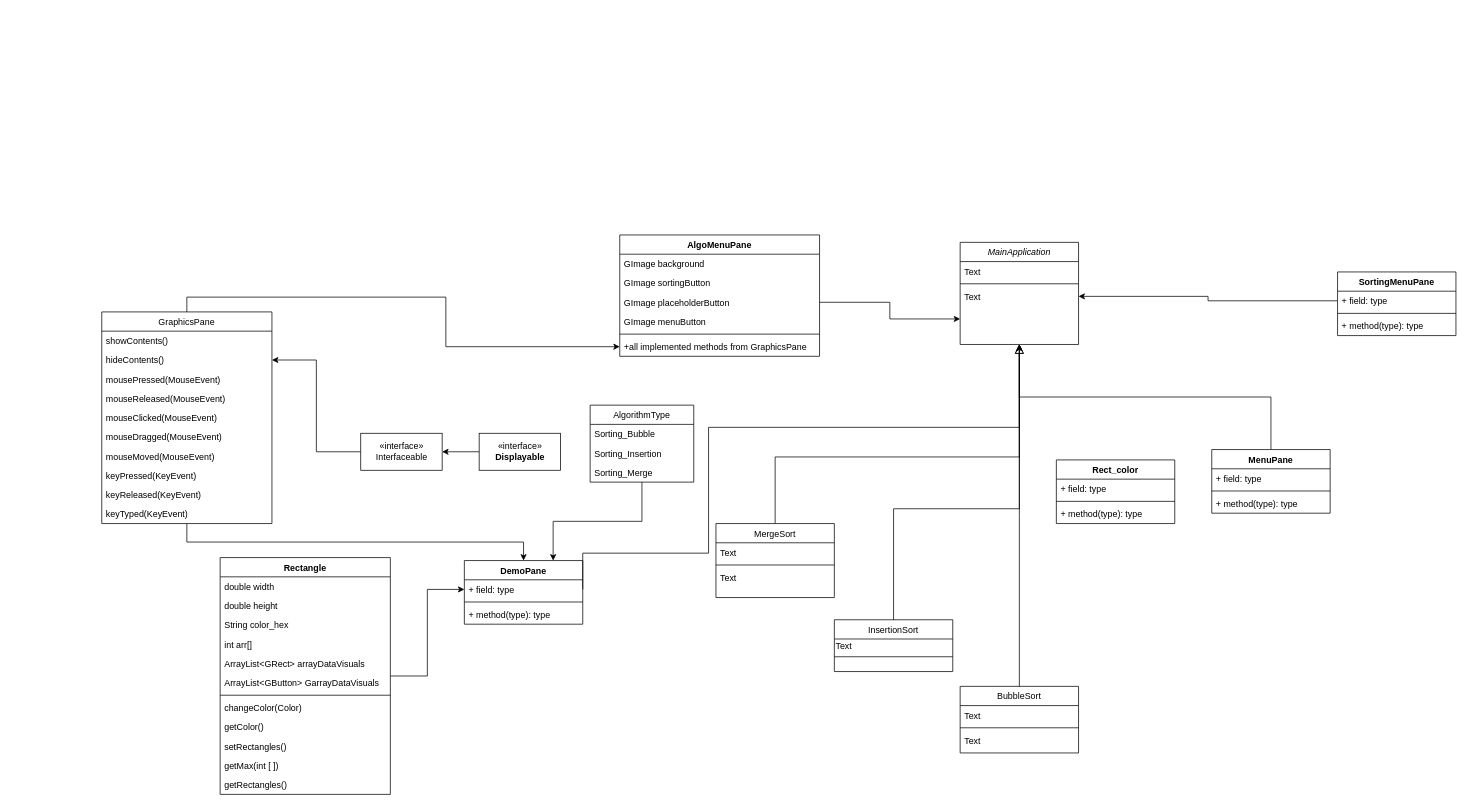
Above: Final Project - Class Diagram.drawio in Prot0ast/Repository-Name (draw.io), before the change. Source tidied: cells renumbered, new cells numbered last; positions are measured from the earlier drawing's top-left corner, leaving out a move shared by most shapes. Both pictures are drawn from the tidied source at 74%, with x=0, y=0 at pixel (101, 235).
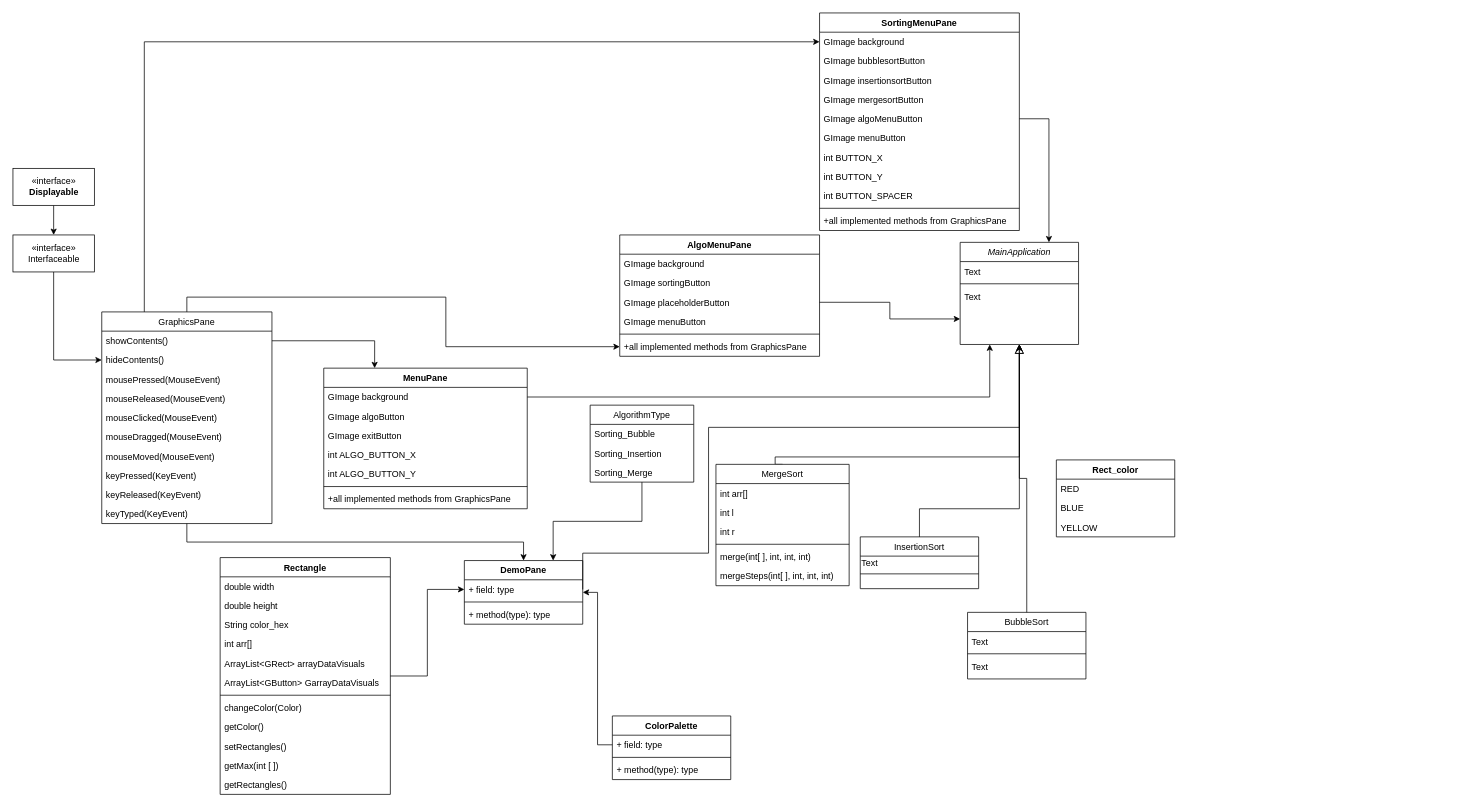
Above is the later version.

Unchanged cells that the change refers to:
```xml
<mxCell id="2" value="MainApplication" style="swimlane;fontStyle=2;align=center;verticalAlign=top;horizontal=1;startSize=26;rounded=0;shadow=0;strokeWidth=1;" parent="1" vertex="1">
  <mxGeometry x="1160" y="10" width="160" height="138" as="geometry" />
</mxCell>
<mxCell id="5" value="Text" style="text;align=left;verticalAlign=top;spacingLeft=4;spacingRight=4;overflow=hidden;points=[[0,0.5],[1,0.5]];portConstraint=eastwest;" parent="2" vertex="1">
  <mxGeometry y="60" width="160" height="26" as="geometry" />
</mxCell>
<mxCell id="59" value="DemoPane" style="swimlane;fontStyle=1;align=center;verticalAlign=top;horizontal=1;startSize=26;" parent="1" vertex="1">
  <mxGeometry x="490" y="440" width="160" height="86" as="geometry" />
</mxCell>
<mxCell id="70" value="GraphicsPane" style="swimlane;fontStyle=0;horizontal=1;startSize=26;fillColor=none;" parent="1" vertex="1">
  <mxGeometry y="104" width="230" height="286" as="geometry" />
</mxCell>
<mxCell id="71" value="showContents()" style="text;strokeColor=none;fillColor=none;align=left;verticalAlign=top;spacingLeft=4;spacingRight=4;overflow=hidden;points=[[0,0.5],[1,0.5]];portConstraint=eastwest;" parent="70" vertex="1">
  <mxGeometry y="26" width="230" height="26" as="geometry" />
</mxCell>
<mxCell id="72" value="hideContents()" style="text;strokeColor=none;fillColor=none;align=left;verticalAlign=top;spacingLeft=4;spacingRight=4;overflow=hidden;points=[[0,0.5],[1,0.5]];portConstraint=eastwest;" parent="70" vertex="1">
  <mxGeometry y="52" width="230" height="26" as="geometry" />
</mxCell>
```

What changed in the source:
```diff
@@
     <mxCell id="6" value="BubbleSort" style="swimlane;fontStyle=0;align=center;verticalAlign=top;horizontal=1;startSize=26;rounded=0;shadow=0;strokeWidth=1;" parent="1" vertex="1">
-      <mxGeometry x="1160" y="610" width="160" height="90" as="geometry" />
+      <mxGeometry x="1170" y="510" width="160" height="90" as="geometry" />
     </mxCell>
@@
     <mxCell id="11" value="InsertionSort" style="swimlane;fontStyle=0;align=center;verticalAlign=top;horizontal=1;startSize=26;rounded=0;shadow=0;strokeWidth=1;" parent="1" vertex="1">
-      <mxGeometry x="990" y="520" width="160" height="70" as="geometry" />
+      <mxGeometry x="1025" y="408" width="160" height="70" as="geometry" />
     </mxCell>
@@
     <mxCell id="16" value="MergeSort" style="swimlane;fontStyle=0;align=center;verticalAlign=top;horizontal=1;startSize=26;rounded=0;shadow=0;strokeWidth=1;" parent="1" vertex="1">
-      <mxGeometry x="830" y="390" width="160" height="100" as="geometry" />
+      <mxGeometry x="830" y="310" width="180" height="164" as="geometry" />
     </mxCell>
-    <mxCell id="17" value="Text" style="text;align=left;verticalAlign=top;spacingLeft=4;spacingRight=4;overflow=hidden;rounded=0;shadow=0;html=0;" parent="16" vertex="1">
-      <mxGeometry y="26" width="160" height="26" as="geometry" />
+    <mxCell id="17" value="int arr[]" style="text;align=left;verticalAlign=top;spacingLeft=4;spacingRight=4;overflow=hidden;rounded=0;shadow=0;html=0;" parent="16" vertex="1">
+      <mxGeometry y="26" width="180" height="26" as="geometry" />
     </mxCell>
+    <mxCell id="83" value="int l" style="text;strokeColor=none;fillColor=none;align=left;verticalAlign=top;spacingLeft=4;spacingRight=4;overflow=hidden;" parent="16" vertex="1">
+      <mxGeometry y="52" width="180" height="26" as="geometry" />
+    </mxCell>
+    <mxCell id="84" value="int r" style="text;strokeColor=none;fillColor=none;align=left;verticalAlign=top;spacingLeft=4;spacingRight=4;overflow=hidden;" parent="16" vertex="1">
+      <mxGeometry y="78" width="180" height="26" as="geometry" />
+    </mxCell>
     <mxCell id="18" style="line;html=1;strokeWidth=1;align=left;verticalAlign=middle;spacingTop=-1;spacingLeft=3;spacingRight=3;labelPosition=right;" parent="16" vertex="1">
-      <mxGeometry y="52" width="160" height="8" as="geometry" />
+      <mxGeometry y="104" width="180" height="8" as="geometry" />
     </mxCell>
-    <mxCell id="19" value="Text" style="text;align=left;verticalAlign=top;spacingLeft=4;spacingRight=4;overflow=hidden;" parent="16" vertex="1">
-      <mxGeometry y="60" width="160" height="26" as="geometry" />
+    <mxCell id="19" value="merge(int[ ], int, int, int)" style="text;align=left;verticalAlign=top;spacingLeft=4;spacingRight=4;overflow=hidden;" parent="16" vertex="1">
+      <mxGeometry y="112" width="180" height="26" as="geometry" />
     </mxCell>
+    <mxCell id="85" value="mergeSteps(int[ ], int, int, int)" style="text;strokeColor=none;fillColor=none;align=left;verticalAlign=top;spacingLeft=4;spacingRight=4;overflow=hidden;" parent="16" vertex="1">
+      <mxGeometry y="138" width="180" height="26" as="geometry" />
+    </mxCell>
@@
     <mxCell id="32" value="Rect_color" style="swimlane;fontStyle=1;align=center;verticalAlign=top;horizontal=1;startSize=26;" parent="1" vertex="1">
-      <mxGeometry x="1290" y="304" width="160" height="86" as="geometry" />
+      <mxGeometry x="1290" y="304" width="160" height="104" as="geometry" />
     </mxCell>
-    <mxCell id="33" value="+ field: type" style="text;strokeColor=none;fillColor=none;align=left;verticalAlign=top;spacingLeft=4;spacingRight=4;overflow=hidden;" parent="32" vertex="1">
+    <mxCell id="33" value="RED" style="text;strokeColor=none;fillColor=none;align=left;verticalAlign=top;spacingLeft=4;spacingRight=4;overflow=hidden;" parent="32" vertex="1">
       <mxGeometry y="26" width="160" height="26" as="geometry" />
     </mxCell>
-    <mxCell id="34" style="line;strokeWidth=1;fillColor=none;align=left;verticalAlign=middle;spacingTop=-1;spacingLeft=3;spacingRight=3;labelPosition=right;" parent="32" vertex="1">
-      <mxGeometry y="52" width="160" height="8" as="geometry" />
-    </mxCell>
-    <mxCell id="35" value="+ method(type): type" style="text;strokeColor=none;fillColor=none;align=left;verticalAlign=top;spacingLeft=4;spacingRight=4;overflow=hidden;" parent="32" vertex="1">
-      <mxGeometry y="60" width="160" height="26" as="geometry" />
-    </mxCell>
+    <mxCell id="86" value="BLUE" style="text;strokeColor=none;fillColor=none;align=left;verticalAlign=top;spacingLeft=4;spacingRight=4;overflow=hidden;" parent="32" vertex="1">
+      <mxGeometry y="52" width="160" height="26" as="geometry" />
+    </mxCell>
+    <mxCell id="87" value="YELLOW" style="text;strokeColor=none;fillColor=none;align=left;verticalAlign=top;spacingLeft=4;spacingRight=4;overflow=hidden;" parent="32" vertex="1">
+      <mxGeometry y="78" width="160" height="26" as="geometry" />
+    </mxCell>
@@
     <mxCell id="50" value="SortingMenuPane" style="swimlane;fontStyle=1;align=center;verticalAlign=top;horizontal=1;startSize=26;" parent="1" vertex="1">
-      <mxGeometry x="1670" y="50" width="160" height="86" as="geometry" />
+      <mxGeometry x="970" y="-300" width="270" height="294" as="geometry" />
     </mxCell>
-    <mxCell id="51" value="+ field: type" style="text;strokeColor=none;fillColor=none;align=left;verticalAlign=top;spacingLeft=4;spacingRight=4;overflow=hidden;points=[[0,0.5],[1,0.5]];portConstraint=eastwest;" parent="50" vertex="1">
-      <mxGeometry y="26" width="160" height="26" as="geometry" />
+    <mxCell id="51" value="GImage background" style="text;strokeColor=none;fillColor=none;align=left;verticalAlign=top;spacingLeft=4;spacingRight=4;overflow=hidden;points=[[0,0.5],[1,0.5]];portConstraint=eastwest;" parent="50" vertex="1">
+      <mxGeometry y="26" width="270" height="26" as="geometry" />
     </mxCell>
+    <mxCell id="88" value="GImage bubblesortButton" style="text;strokeColor=none;fillColor=none;align=left;verticalAlign=top;spacingLeft=4;spacingRight=4;overflow=hidden;" parent="50" vertex="1">
+      <mxGeometry y="52" width="270" height="26" as="geometry" />
+    </mxCell>
+    <mxCell id="89" value="GImage insertionsortButton" style="text;strokeColor=none;fillColor=none;align=left;verticalAlign=top;spacingLeft=4;spacingRight=4;overflow=hidden;" parent="50" vertex="1">
+      <mxGeometry y="78" width="270" height="26" as="geometry" />
+    </mxCell>
+    <mxCell id="90" value="GImage mergesortButton" style="text;strokeColor=none;fillColor=none;align=left;verticalAlign=top;spacingLeft=4;spacingRight=4;overflow=hidden;" parent="50" vertex="1">
+      <mxGeometry y="104" width="270" height="26" as="geometry" />
+    </mxCell>
+    <mxCell id="91" value="GImage algoMenuButton" style="text;strokeColor=none;fillColor=none;align=left;verticalAlign=top;spacingLeft=4;spacingRight=4;overflow=hidden;points=[[0,0.5],[1,0.5]];portConstraint=eastwest;" parent="50" vertex="1">
+      <mxGeometry y="130" width="270" height="26" as="geometry" />
+    </mxCell>
+    <mxCell id="92" value="GImage menuButton" style="text;strokeColor=none;fillColor=none;align=left;verticalAlign=top;spacingLeft=4;spacingRight=4;overflow=hidden;" parent="50" vertex="1">
+      <mxGeometry y="156" width="270" height="26" as="geometry" />
+    </mxCell>
+    <mxCell id="93" value="int BUTTON_X" style="text;strokeColor=none;fillColor=none;align=left;verticalAlign=top;spacingLeft=4;spacingRight=4;overflow=hidden;" parent="50" vertex="1">
+      <mxGeometry y="182" width="270" height="26" as="geometry" />
+    </mxCell>
+    <mxCell id="94" value="int BUTTON_Y" style="text;strokeColor=none;fillColor=none;align=left;verticalAlign=top;spacingLeft=4;spacingRight=4;overflow=hidden;" parent="50" vertex="1">
+      <mxGeometry y="208" width="270" height="26" as="geometry" />
+    </mxCell>
+    <mxCell id="95" value="int BUTTON_SPACER" style="text;strokeColor=none;fillColor=none;align=left;verticalAlign=top;spacingLeft=4;spacingRight=4;overflow=hidden;" parent="50" vertex="1">
+      <mxGeometry y="234" width="270" height="26" as="geometry" />
+    </mxCell>
     <mxCell id="52" style="line;strokeWidth=1;fillColor=none;align=left;verticalAlign=middle;spacingTop=-1;spacingLeft=3;spacingRight=3;labelPosition=right;" parent="50" vertex="1">
-      <mxGeometry y="52" width="160" height="8" as="geometry" />
+      <mxGeometry y="260" width="270" height="8" as="geometry" />
     </mxCell>
-    <mxCell id="53" value="+ method(type): type" style="text;strokeColor=none;fillColor=none;align=left;verticalAlign=top;spacingLeft=4;spacingRight=4;overflow=hidden;" parent="50" vertex="1">
-      <mxGeometry y="60" width="160" height="26" as="geometry" />
+    <mxCell id="53" value="+all implemented methods from GraphicsPane" style="text;strokeColor=none;fillColor=none;align=left;verticalAlign=top;spacingLeft=4;spacingRight=4;overflow=hidden;" parent="50" vertex="1">
+      <mxGeometry y="268" width="270" height="26" as="geometry" />
     </mxCell>
-    <mxCell id="54" style="edgeStyle=orthogonalEdgeStyle;rounded=0;jettySize=auto;html=1;exitX=0.5;exitY=0;exitDx=0;exitDy=0;entryX=0.5;entryY=1;entryDx=0;entryDy=0;" parent="1" edge="1" source="55" target="2">
-      <mxGeometry relative="1" as="geometry" />
-    </mxCell>
     <mxCell id="55" value="MenuPane" style="swimlane;fontStyle=1;align=center;verticalAlign=top;horizontal=1;startSize=26;" parent="1" vertex="1">
-      <mxGeometry x="1500" y="290" width="160" height="86" as="geometry" />
+      <mxGeometry x="300" y="180" width="275" height="190" as="geometry" />
     </mxCell>
-    <mxCell id="56" value="+ field: type" style="text;strokeColor=none;fillColor=none;align=left;verticalAlign=top;spacingLeft=4;spacingRight=4;overflow=hidden;points=[[0,0.5],[1,0.5]];portConstraint=eastwest;" parent="55" vertex="1">
-      <mxGeometry y="26" width="160" height="26" as="geometry" />
+    <mxCell id="56" value="GImage background" style="text;strokeColor=none;fillColor=none;align=left;verticalAlign=top;spacingLeft=4;spacingRight=4;overflow=hidden;points=[[0,0.5],[1,0.5]];portConstraint=eastwest;" parent="55" vertex="1">
+      <mxGeometry y="26" width="275" height="26" as="geometry" />
     </mxCell>
+    <mxCell id="96" value="GImage algoButton" style="text;strokeColor=none;fillColor=none;align=left;verticalAlign=top;spacingLeft=4;spacingRight=4;overflow=hidden;" parent="55" vertex="1">
+      <mxGeometry y="52" width="275" height="26" as="geometry" />
+    </mxCell>
+    <mxCell id="97" value="GImage exitButton" style="text;strokeColor=none;fillColor=none;align=left;verticalAlign=top;spacingLeft=4;spacingRight=4;overflow=hidden;" parent="55" vertex="1">
+      <mxGeometry y="78" width="275" height="26" as="geometry" />
+    </mxCell>
+    <mxCell id="98" value="int ALGO_BUTTON_X" style="text;strokeColor=none;fillColor=none;align=left;verticalAlign=top;spacingLeft=4;spacingRight=4;overflow=hidden;" parent="55" vertex="1">
+      <mxGeometry y="104" width="275" height="26" as="geometry" />
+    </mxCell>
+    <mxCell id="99" value="int ALGO_BUTTON_Y" style="text;strokeColor=none;fillColor=none;align=left;verticalAlign=top;spacingLeft=4;spacingRight=4;overflow=hidden;" parent="55" vertex="1">
+      <mxGeometry y="130" width="275" height="26" as="geometry" />
+    </mxCell>
     <mxCell id="57" style="line;strokeWidth=1;fillColor=none;align=left;verticalAlign=middle;spacingTop=-1;spacingLeft=3;spacingRight=3;labelPosition=right;" parent="55" vertex="1">
-      <mxGeometry y="52" width="160" height="8" as="geometry" />
+      <mxGeometry y="156" width="275" height="8" as="geometry" />
     </mxCell>
-    <mxCell id="58" value="+ method(type): type" style="text;strokeColor=none;fillColor=none;align=left;verticalAlign=top;spacingLeft=4;spacingRight=4;overflow=hidden;" parent="55" vertex="1">
-      <mxGeometry y="60" width="160" height="26" as="geometry" />
+    <mxCell id="58" value="+all implemented methods from GraphicsPane" style="text;strokeColor=none;fillColor=none;align=left;verticalAlign=top;spacingLeft=4;spacingRight=4;overflow=hidden;" parent="55" vertex="1">
+      <mxGeometry y="164" width="275" height="26" as="geometry" />
     </mxCell>
@@
-    <mxCell id="64" style="edgeStyle=orthogonalEdgeStyle;rounded=0;jettySize=auto;html=1;exitX=0;exitY=0.5;exitDx=0;exitDy=0;entryX=1;entryY=0.5;entryDx=0;entryDy=0;" parent="1" edge="1" source="65" target="72">
+    <mxCell id="64" style="edgeStyle=orthogonalEdgeStyle;rounded=0;jettySize=auto;html=1;exitX=0.5;exitY=1;exitDx=0;exitDy=0;entryX=0;entryY=0.5;entryDx=0;entryDy=0;" parent="1" edge="1" source="65" target="72">
       <mxGeometry relative="1" as="geometry" />
     </mxCell>
     <mxCell id="65" value="«interface»&lt;br&gt;Interfaceable" style="html=1;" parent="1" vertex="1">
-      <mxGeometry x="350" y="268" width="110" height="50" as="geometry" />
+      <mxGeometry x="-120" width="110" height="50" as="geometry" />
     </mxCell>
-    <mxCell id="66" style="edgeStyle=orthogonalEdgeStyle;rounded=0;jettySize=auto;html=1;exitX=0;exitY=0.5;exitDx=0;exitDy=0;" parent="1" edge="1" source="67" target="65">
+    <mxCell id="66" style="edgeStyle=orthogonalEdgeStyle;rounded=0;jettySize=auto;html=1;exitX=0.5;exitY=1;exitDx=0;exitDy=0;entryX=0.5;entryY=0;entryDx=0;entryDy=0;" parent="1" edge="1" source="67" target="65">
       <mxGeometry relative="1" as="geometry" />
     </mxCell>
     <mxCell id="67" value="«interface»&lt;br&gt;&lt;b&gt;Displayable&lt;/b&gt;" style="html=1;" parent="1" vertex="1">
-      <mxGeometry x="510" y="268" width="110" height="50" as="geometry" />
+      <mxGeometry x="-120" y="-90" width="110" height="50" as="geometry" />
     </mxCell>
@@
+    <mxCell id="100" style="edgeStyle=orthogonalEdgeStyle;rounded=0;jettySize=auto;html=1;exitX=0.25;exitY=0;exitDx=0;exitDy=0;entryX=0;entryY=0.5;entryDx=0;entryDy=0;" parent="1" edge="1" source="70" target="51">
+      <mxGeometry relative="1" as="geometry" />
+    </mxCell>
@@
-    <mxCell id="81" style="edgeStyle=orthogonalEdgeStyle;rounded=0;jettySize=auto;html=1;exitX=0;exitY=0.5;exitDx=0;exitDy=0;entryX=1;entryY=0.5;entryDx=0;entryDy=0;" parent="1" edge="1" source="51" target="5">
-      <mxGeometry relative="1" as="geometry" />
-    </mxCell>
@@
+    <mxCell id="101" value="ColorPalette" style="swimlane;fontStyle=1;align=center;verticalAlign=top;horizontal=1;startSize=26;" parent="1" vertex="1">
+      <mxGeometry x="690" y="650" width="160" height="86" as="geometry" />
+    </mxCell>
+    <mxCell id="102" value="+ field: type" style="text;strokeColor=none;fillColor=none;align=left;verticalAlign=top;spacingLeft=4;spacingRight=4;overflow=hidden;points=[[0,0.5],[1,0.5]];portConstraint=eastwest;" parent="101" vertex="1">
+      <mxGeometry y="26" width="160" height="26" as="geometry" />
+    </mxCell>
+    <mxCell id="34" style="line;strokeWidth=1;fillColor=none;align=left;verticalAlign=middle;spacingTop=-1;spacingLeft=3;spacingRight=3;labelPosition=right;" parent="101" vertex="1">
+      <mxGeometry y="52" width="160" height="8" as="geometry" />
+    </mxCell>
+    <mxCell id="35" value="+ method(type): type" style="text;strokeColor=none;fillColor=none;align=left;verticalAlign=top;spacingLeft=4;spacingRight=4;overflow=hidden;" parent="101" vertex="1">
+      <mxGeometry y="60" width="160" height="26" as="geometry" />
+    </mxCell>
+    <mxCell id="103" style="edgeStyle=orthogonalEdgeStyle;rounded=0;jettySize=auto;html=1;exitX=1;exitY=0.5;exitDx=0;exitDy=0;entryX=0.25;entryY=1;entryDx=0;entryDy=0;" parent="1" edge="1" source="56" target="2">
+      <mxGeometry relative="1" as="geometry" />
+    </mxCell>
+    <mxCell id="104" style="edgeStyle=orthogonalEdgeStyle;rounded=0;jettySize=auto;html=1;exitX=1;exitY=0.5;exitDx=0;exitDy=0;entryX=0.25;entryY=0;entryDx=0;entryDy=0;" parent="1" edge="1" source="71" target="55">
+      <mxGeometry relative="1" as="geometry" />
+    </mxCell>
+    <mxCell id="105" style="edgeStyle=orthogonalEdgeStyle;rounded=0;jettySize=auto;html=1;exitX=0;exitY=0.5;exitDx=0;exitDy=0;entryX=1;entryY=0.5;entryDx=0;entryDy=0;" parent="1" edge="1" source="102" target="59">
+      <mxGeometry relative="1" as="geometry" />
+    </mxCell>
+    <mxCell id="106" style="edgeStyle=orthogonalEdgeStyle;rounded=0;jettySize=auto;html=1;exitX=1;exitY=0.5;exitDx=0;exitDy=0;entryX=0.75;entryY=0;entryDx=0;entryDy=0;" parent="1" edge="1" source="91" target="2">
+      <mxGeometry relative="1" as="geometry" />
+    </mxCell>
```
